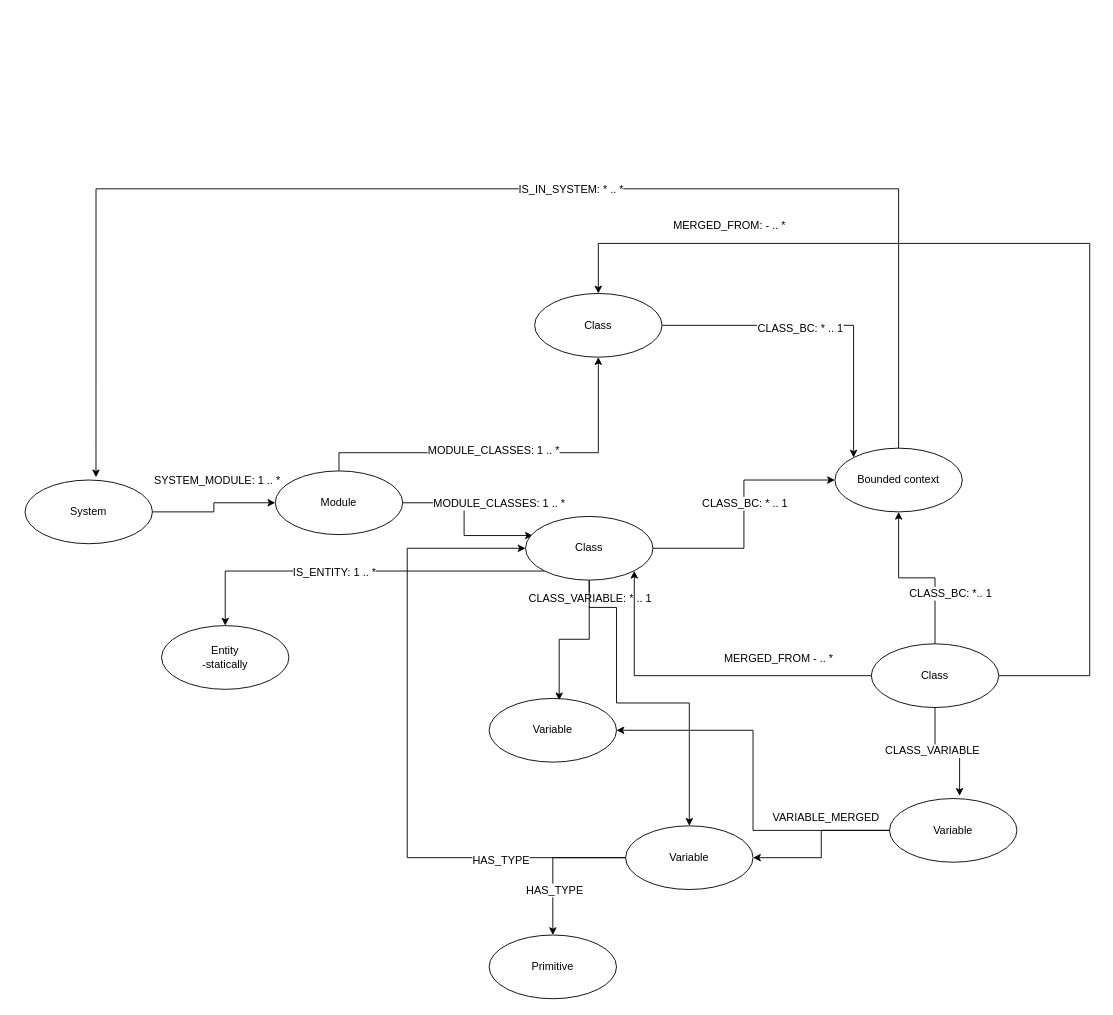
Earlier version of the draw.io diagram page "Node model" (1 of 3) of docs/prophet.drawio (cloudhubs/prophet). Source tidied: cells renumbered, new cells numbered last; positions are measured from the earlier drawing's top-left corner, leaving out a move shared by most shapes. Both pictures are drawn from the tidied source at 91%, with x=0, y=0 at pixel (25, 188).
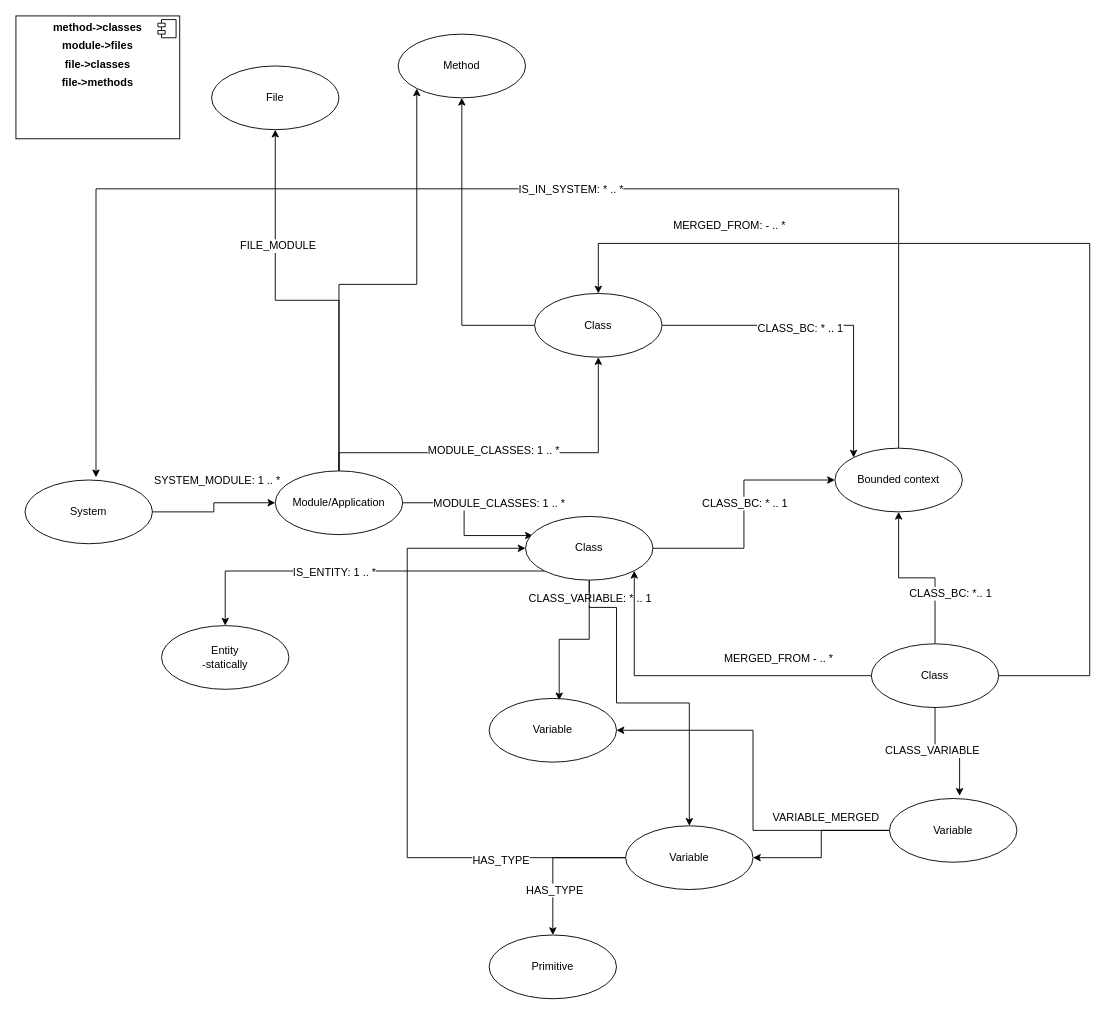
Above is the later version.

The change refers to these unchanged cells:
```xml
<mxCell id="34" value="Class" style="ellipse;whiteSpace=wrap;html=1;" parent="1" vertex="1">
  <mxGeometry x="560" y="115" width="140" height="70" as="geometry" />
</mxCell>
```

Diff of the diagram source:
```diff
@@
+    <mxCell id="45" style="edgeStyle=orthogonalEdgeStyle;rounded=0;jettySize=auto;html=1;entryX=0;entryY=1;entryDx=0;entryDy=0;" parent="1" edge="1" source="9" target="49">
+      <mxGeometry relative="1" as="geometry" />
+    </mxCell>
+    <mxCell id="46" style="edgeStyle=orthogonalEdgeStyle;rounded=0;jettySize=auto;html=1;entryX=0.5;entryY=1;entryDx=0;entryDy=0;" parent="1" edge="1" source="9" target="50">
+      <mxGeometry relative="1" as="geometry" />
+    </mxCell>
+    <mxCell id="47" value="FILE_MODULE" style="text;html=1;align=center;verticalAlign=middle;labelBackgroundColor=#ffffff;" parent="46" vertex="1">
+      <mxGeometry x="0.43" y="-2" relative="1" as="geometry" />
+    </mxCell>
-    <mxCell id="9" value="Module" style="ellipse;whiteSpace=wrap;html=1;" parent="1" vertex="1">
+    <mxCell id="9" value="Module/Application" style="ellipse;whiteSpace=wrap;html=1;" parent="1" vertex="1">
       <mxGeometry x="275" y="310" width="140" height="70" as="geometry" />
     </mxCell>
@@
+    <mxCell id="48" style="edgeStyle=orthogonalEdgeStyle;rounded=0;jettySize=auto;html=1;entryX=0.5;entryY=1;entryDx=0;entryDy=0;" parent="1" edge="1" source="34" target="49">
+      <mxGeometry relative="1" as="geometry" />
+    </mxCell>
@@
+    <mxCell id="49" value="Method" style="ellipse;whiteSpace=wrap;html=1;" parent="1" vertex="1">
+      <mxGeometry x="410" y="-170" width="140" height="70" as="geometry" />
+    </mxCell>
+    <mxCell id="50" value="File" style="ellipse;whiteSpace=wrap;html=1;" parent="1" vertex="1">
+      <mxGeometry x="205" y="-135" width="140" height="70" as="geometry" />
+    </mxCell>
+    <mxCell id="51" value="&lt;p style=&quot;margin: 0px ; margin-top: 6px ; text-align: center&quot;&gt;&lt;b&gt;method-&amp;gt;classes&lt;/b&gt;&lt;br&gt;&lt;/p&gt;&lt;p style=&quot;margin: 0px ; margin-top: 6px ; text-align: center&quot;&gt;&lt;b&gt;module-&amp;gt;files&lt;/b&gt;&lt;/p&gt;&lt;p style=&quot;margin: 0px ; margin-top: 6px ; text-align: center&quot;&gt;&lt;b&gt;file-&amp;gt;classes&lt;/b&gt;&lt;/p&gt;&lt;p style=&quot;margin: 0px ; margin-top: 6px ; text-align: center&quot;&gt;&lt;b&gt;file-&amp;gt;methods&lt;/b&gt;&lt;/p&gt;" style="align=left;overflow=fill;html=1;" parent="1" vertex="1">
+      <mxGeometry x="-10" y="-190" width="180" height="135" as="geometry" />
+    </mxCell>
+    <mxCell id="52" style="shape=component;jettyWidth=8;jettyHeight=4;" parent="51" vertex="1">
+      <mxGeometry x="1" width="20" height="20" relative="1" as="geometry">
+        <mxPoint x="-24" y="4" as="offset" />
+      </mxGeometry>
+    </mxCell>
```
